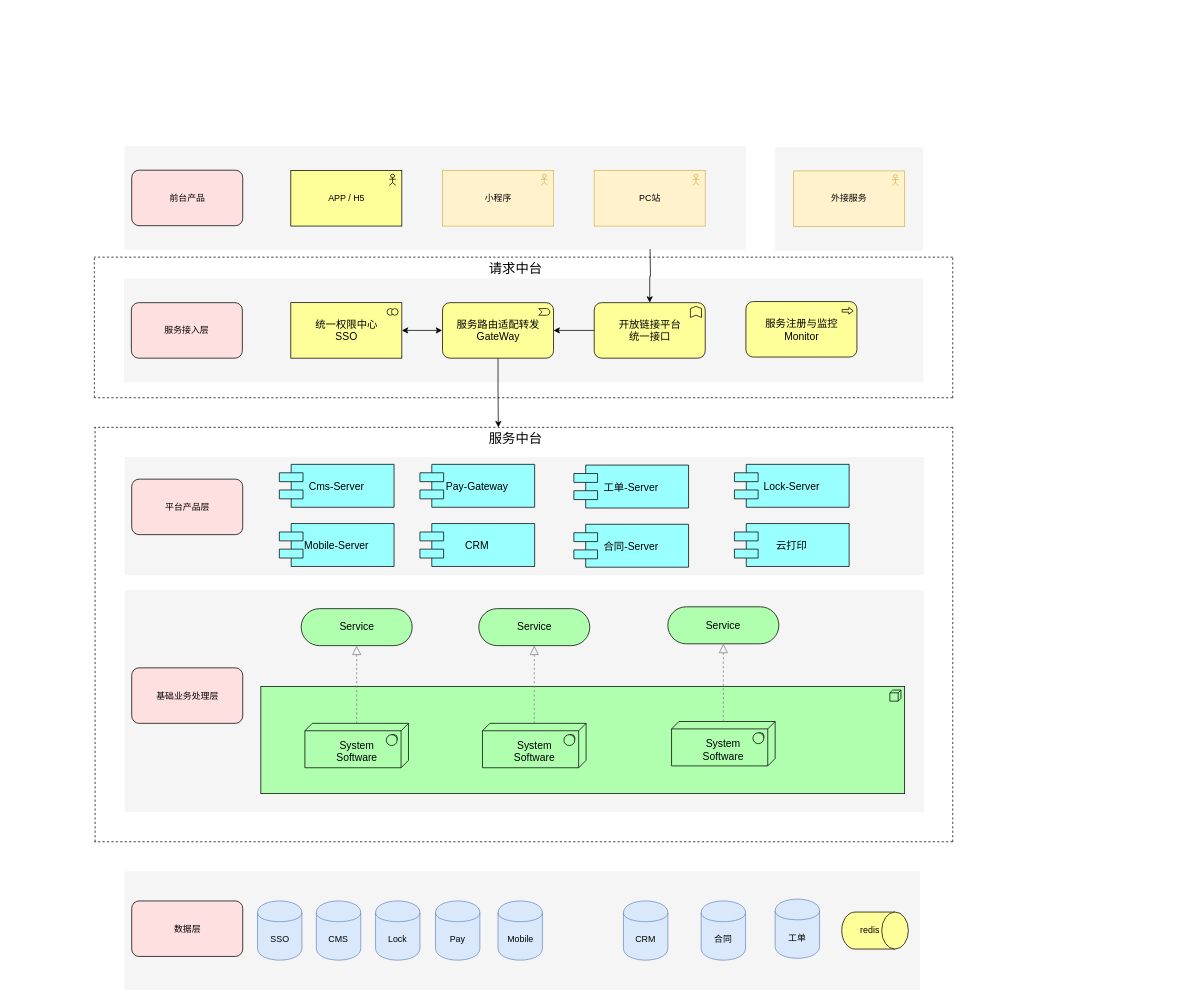
kewei8976/sso keeps this draw.io diagram as doc/多租户系统架构图.drawio. Above is the earlier version. Source tidied: cells renumbered, new cells numbered last; positions are measured from the earlier drawing's top-left corner, leaving out a move shared by most shapes. Both pictures are drawn from the tidied source at 74%, with x=0, y=0 at pixel (13, 13).
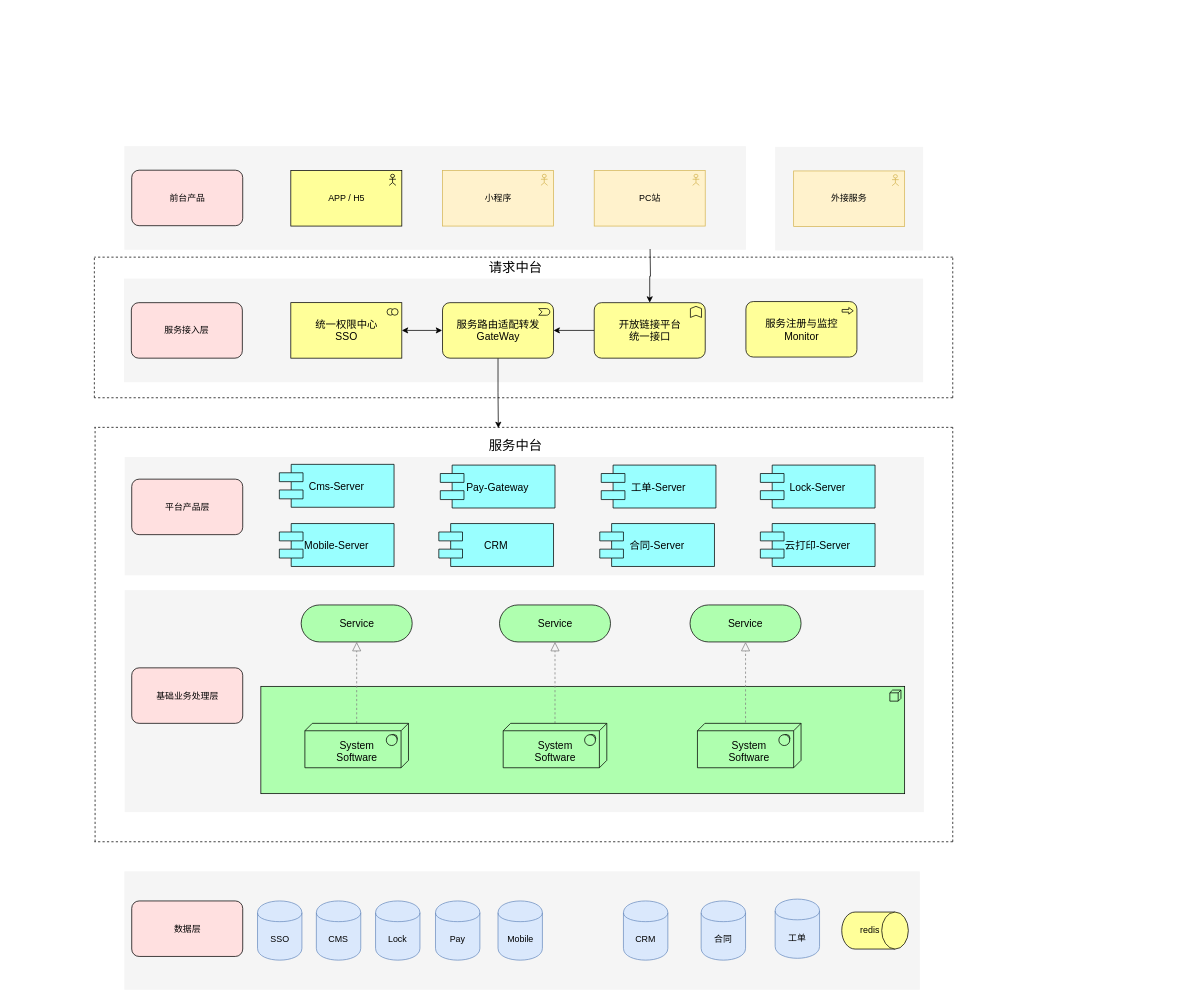
After the change.

Commit message (it also covers changes not shown here):
Update 多租户系统架构图.drawio

The change refers to these unchanged cells:
```xml
<mxCell id="17" value="服务路由适配转发&lt;br&gt;GateWay" style="html=1;whiteSpace=wrap;fillColor=#ffff99;shape=mxgraph.archimate3.application;appType=event;archiType=rounded;fontSize=14;" parent="1" vertex="1">
  <mxGeometry x="580.5" y="391.5" width="150" height="75" as="geometry" />
</mxCell>
```

Diff of the diagram source:
```diff
@@
     <mxCell id="9" value="&lt;div&gt;&lt;br&gt;&lt;/div&gt;&lt;div&gt;&lt;span&gt;System&lt;/span&gt;&lt;div&gt;Software&lt;/div&gt;&lt;/div&gt;" style="html=1;whiteSpace=wrap;fillColor=#AFFFAF;shape=mxgraph.archimate3.tech;techType=sysSw;fontSize=14;" parent="1" vertex="1">
-      <mxGeometry x="634.5" y="960" width="140" height="60" as="geometry" />
+      <mxGeometry x="662.5" y="960" width="140" height="60" as="geometry" />
     </mxCell>
     <mxCell id="10" value="Service" style="html=1;whiteSpace=wrap;fillColor=#AFFFAF;shape=mxgraph.archimate3.service;fontSize=14;" parent="1" vertex="1">
-      <mxGeometry x="389.5" y="805" width="150" height="50" as="geometry" />
+      <mxGeometry x="389.5" y="800" width="150" height="50" as="geometry" />
     </mxCell>
     <mxCell id="11" value="Service" style="html=1;whiteSpace=wrap;fillColor=#AFFFAF;shape=mxgraph.archimate3.service;fontSize=14;" parent="1" vertex="1">
-      <mxGeometry x="629.5" y="805" width="150" height="50" as="geometry" />
+      <mxGeometry x="657.5" y="800" width="150" height="50" as="geometry" />
     </mxCell>
@@
-    <mxCell id="16" style="edgeStyle=orthogonalEdgeStyle;rounded=0;jettySize=auto;html=1;entryX=0.35;entryY=0.2;entryDx=0;entryDy=0;entryPerimeter=0;" parent="1" edge="1" source="17" target="35">
+    <mxCell id="16" style="edgeStyle=orthogonalEdgeStyle;rounded=0;jettySize=auto;html=1;entryX=0.35;entryY=0.02;entryDx=0;entryDy=0;entryPerimeter=0;" parent="1" edge="1" source="17" target="35">
       <mxGeometry relative="1" as="geometry" />
     </mxCell>
@@
     <mxCell id="35" value="&lt;font style=&quot;font-size: 18px&quot;&gt;服务中台&lt;/font&gt;" style="text;html=1;strokeColor=none;fillColor=none;align=center;verticalAlign=middle;whiteSpace=wrap;rounded=0;" parent="1" vertex="1">
-      <mxGeometry x="601" y="550" width="157" height="50" as="geometry" />
+      <mxGeometry x="601" y="560" width="157" height="50" as="geometry" />
     </mxCell>
@@
     <mxCell id="47" value="&lt;div&gt;&lt;br&gt;&lt;/div&gt;&lt;div&gt;&lt;span&gt;System&lt;/span&gt;&lt;div&gt;Software&lt;/div&gt;&lt;/div&gt;" style="html=1;whiteSpace=wrap;fillColor=#AFFFAF;shape=mxgraph.archimate3.tech;techType=sysSw;fontSize=14;" parent="1" vertex="1">
-      <mxGeometry x="890" y="957.5" width="140" height="60" as="geometry" />
+      <mxGeometry x="925" y="960" width="140" height="60" as="geometry" />
     </mxCell>
     <mxCell id="48" value="Service" style="html=1;whiteSpace=wrap;fillColor=#AFFFAF;shape=mxgraph.archimate3.service;fontSize=14;" parent="1" vertex="1">
-      <mxGeometry x="885" y="802.5" width="150" height="50" as="geometry" />
+      <mxGeometry x="915" y="800" width="150" height="50" as="geometry" />
     </mxCell>
     <mxCell id="49" style="edgeStyle=elbowEdgeStyle;rounded=1;elbow=vertical;html=1;startSize=10;endArrow=block;endFill=0;endSize=10;jettySize=auto;orthogonalLoop=1;strokeColor=#808080;fontSize=14;dashed=1;" parent="1" edge="1">
       <mxGeometry relative="1" as="geometry">
-        <mxPoint x="960" y="957.5" as="sourcePoint" />
-        <mxPoint x="960" y="852.5" as="targetPoint" />
+        <mxPoint x="990" y="959" as="sourcePoint" />
+        <mxPoint x="990" y="850" as="targetPoint" />
       </mxGeometry>
     </mxCell>
@@
     <mxCell id="51" value="Pay-Gateway" style="shape=component;align=center;fillColor=#99ffff;gradientColor=none;fontSize=14;" parent="1" vertex="1">
-      <mxGeometry x="550" y="610" width="155" height="58" as="geometry" />
+      <mxGeometry x="577.5" y="611" width="155" height="58" as="geometry" />
     </mxCell>
     <mxCell id="52" value="CRM" style="shape=component;align=center;fillColor=#99ffff;gradientColor=none;fontSize=14;" parent="1" vertex="1">
-      <mxGeometry x="550" y="690" width="155" height="58" as="geometry" />
+      <mxGeometry x="575.5" y="690" width="155" height="58" as="geometry" />
     </mxCell>
     <mxCell id="53" value="工单-Server" style="shape=component;align=center;fillColor=#99ffff;gradientColor=none;fontSize=14;" parent="1" vertex="1">
-      <mxGeometry x="758" y="611" width="155" height="58" as="geometry" />
+      <mxGeometry x="795" y="611" width="155" height="58" as="geometry" />
     </mxCell>
     <mxCell id="54" value="合同-Server" style="shape=component;align=center;fillColor=#99ffff;gradientColor=none;fontSize=14;" parent="1" vertex="1">
-      <mxGeometry x="758" y="691" width="155" height="58" as="geometry" />
+      <mxGeometry x="793" y="690" width="155" height="58" as="geometry" />
     </mxCell>
     <mxCell id="55" value="Lock-Server" style="shape=component;align=center;fillColor=#99ffff;gradientColor=none;fontSize=14;" parent="1" vertex="1">
-      <mxGeometry x="975" y="610" width="155" height="58" as="geometry" />
+      <mxGeometry x="1010" y="611" width="155" height="58" as="geometry" />
     </mxCell>
-    <mxCell id="56" value="云打印" style="shape=component;align=center;fillColor=#99ffff;gradientColor=none;fontSize=14;" parent="1" vertex="1">
-      <mxGeometry x="975" y="690" width="155" height="58" as="geometry" />
+    <mxCell id="56" value="云打印-Server" style="shape=component;align=center;fillColor=#99ffff;gradientColor=none;fontSize=14;" parent="1" vertex="1">
+      <mxGeometry x="1010" y="690" width="155" height="58" as="geometry" />
     </mxCell>
@@
     <mxCell id="61" value="&lt;font style=&quot;font-size: 18px&quot;&gt;请求中台&lt;/font&gt;" style="text;html=1;strokeColor=none;fillColor=none;align=center;verticalAlign=middle;whiteSpace=wrap;rounded=0;" parent="1" vertex="1">
-      <mxGeometry x="601" y="321" width="157" height="50" as="geometry" />
+      <mxGeometry x="601" y="320" width="157" height="50" as="geometry" />
     </mxCell>
```
